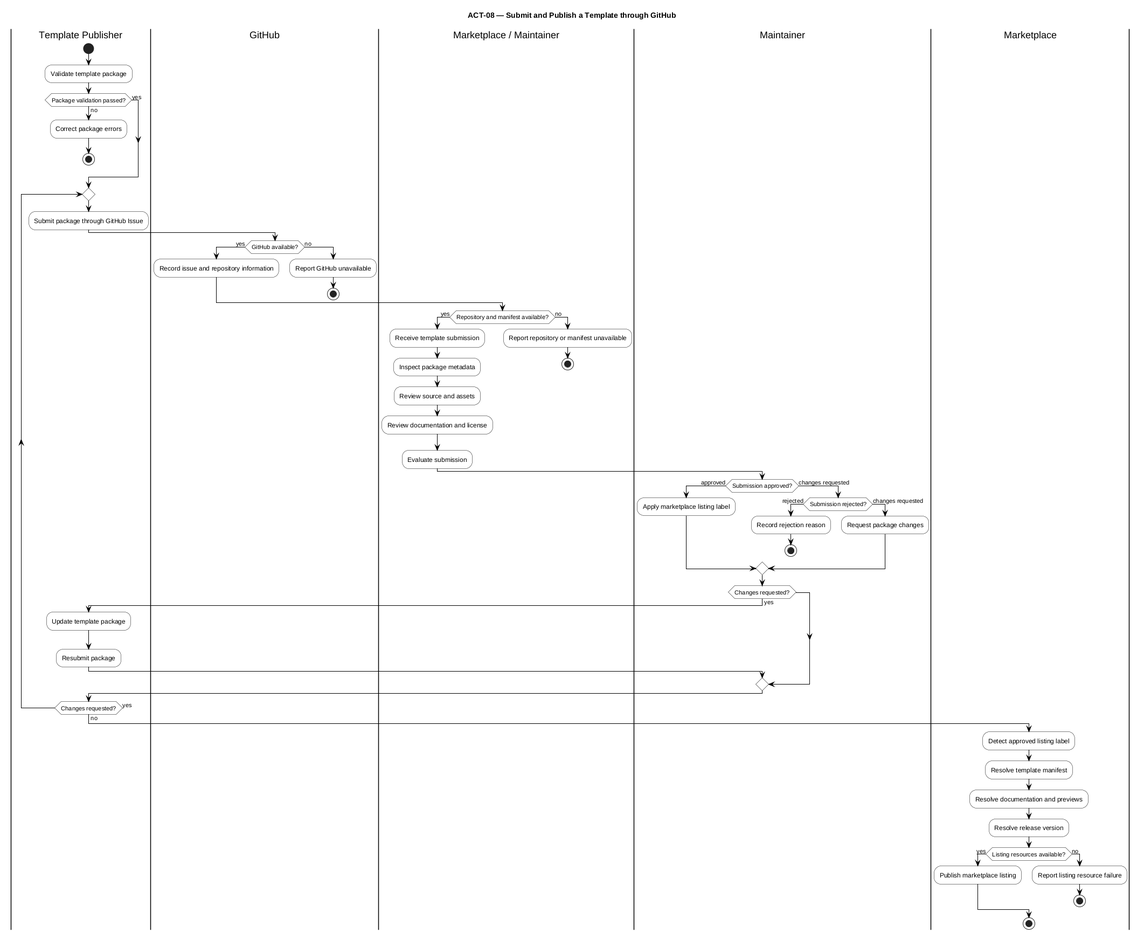
The PlantUML diagram Figures/activity/08-publish-template.png in Litho-MD/uet-fyp-docs, before a commit.
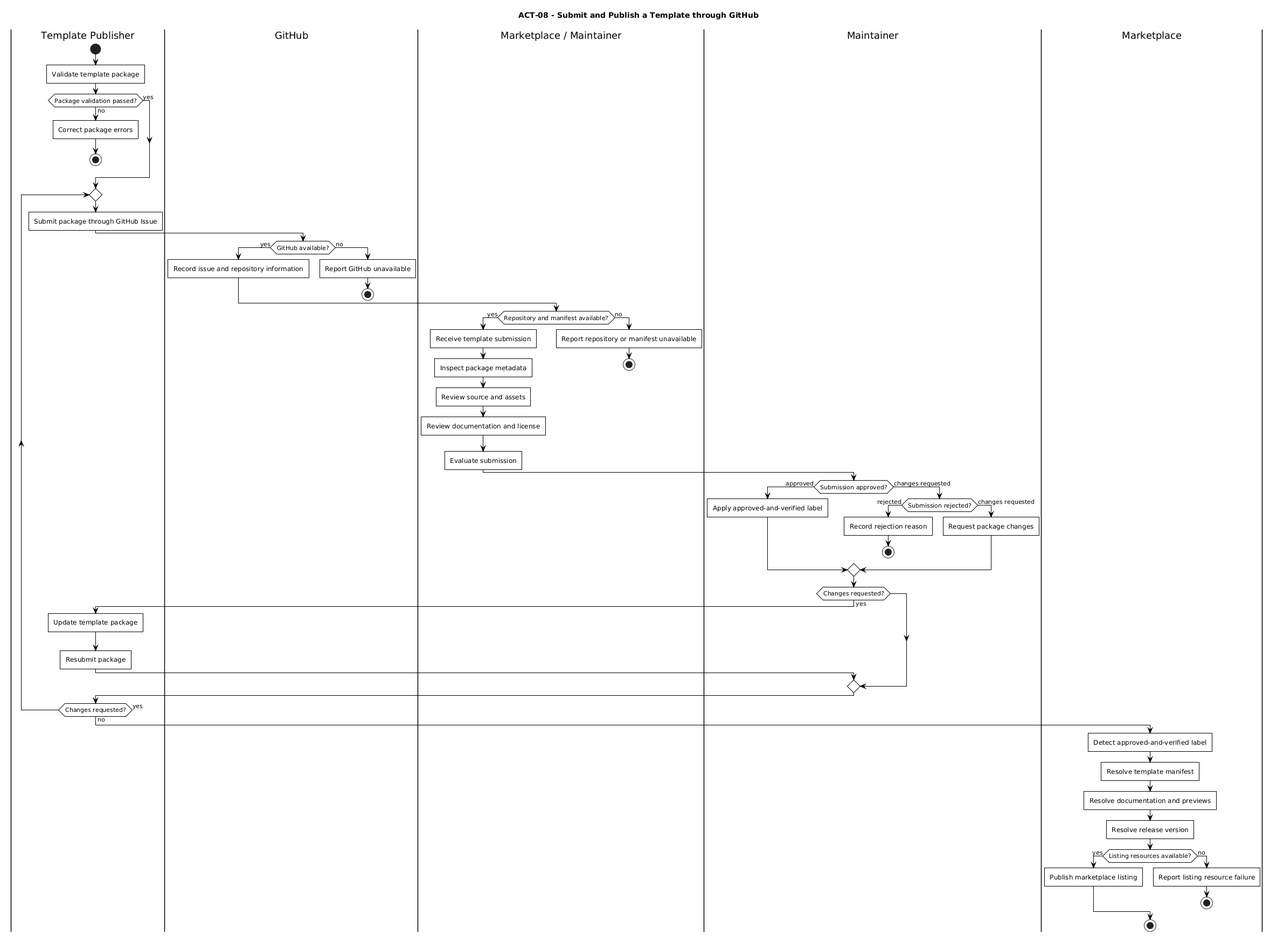
The same diagram one commit later.

Diff of the diagram source:
```diff
@@ -1,9 +1,12 @@
 @startuml
-title ACT-08 — Submit and Publish a Template through GitHub
+title ACT-08 - Submit and Publish a Template through GitHub
 
 skinparam monochrome true
 skinparam backgroundColor white
 skinparam shadowing false
+skinparam roundCorner 0
+skinparam defaultTextAlignment center
+skinparam activityBorderThickness 1
 skinparam activity {
     BackgroundColor white
     BorderColor black
@@ -49,7 +52,7 @@
 
     |Maintainer|
     if (Submission approved?) then (approved)
-        :Apply marketplace listing label;
+        :Apply approved-and-verified label;
     else (changes requested)
         if (Submission rejected?) then (rejected)
             :Record rejection reason;
@@ -68,7 +71,7 @@
 repeat while (Changes requested?) is (yes) not (no)
 
 |Marketplace|
-:Detect approved listing label;
+:Detect approved-and-verified label;
 :Resolve template manifest;
 :Resolve documentation and previews;
 :Resolve release version;
```
